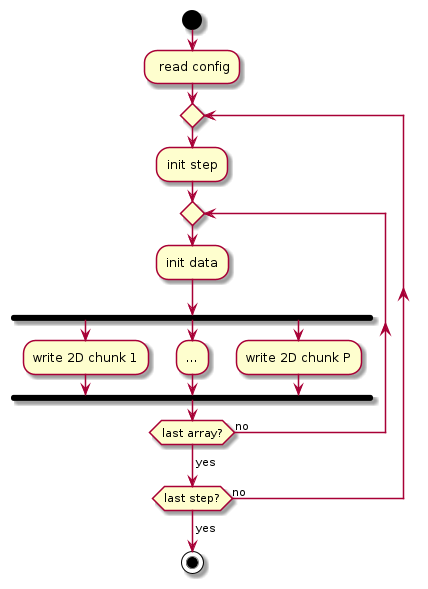
The PlantUML diagram img/flow.png in HDFGroup/hdf5-iotest, before a commit.
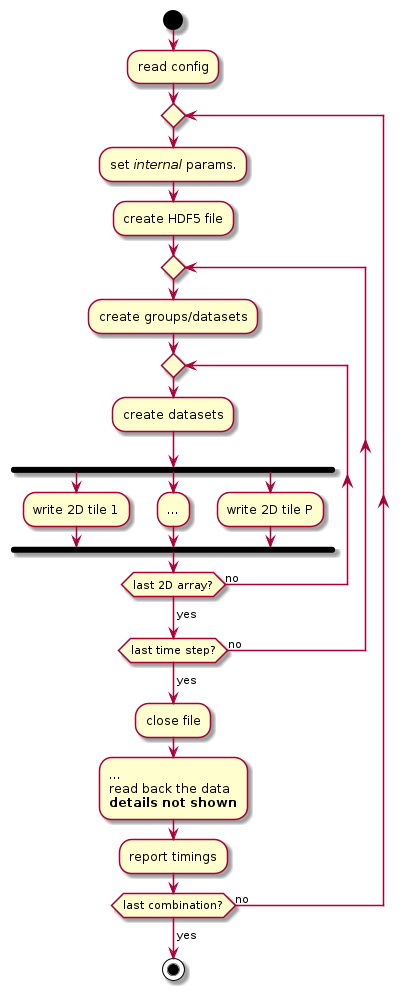
After the change.

What changed in the source:
```diff
@@ -2,21 +2,31 @@
 
 start
 
-: read config;
+:read config;
 repeat
-  :init step;
+  :set <i>internal</i> params.;
+  :create HDF5 file;
   repeat
-    :init data;
-    fork
-      :write 2D chunk 1;
-    fork again
-      :...;
-    fork again
-      :write 2D chunk P;
-    end fork
-  repeat while (last array?) is (no)
+    :create groups/datasets;
+    repeat
+      :create datasets;
+      fork
+        :write 2D tile 1;
+      fork again
+        :...;
+      fork again
+        :write 2D tile P;
+      end fork
+    repeat while (last 2D array?) is (no)
+    ->yes;
+  repeat while (last time step?) is (no)
   ->yes;
-repeat while (last step?) is (no)
+  :close file;
+  :...
+  read back the data
+  **details not shown**;
+  :report timings;
+repeat while (last combination?) is (no)
 ->yes;
 
 stop
```
